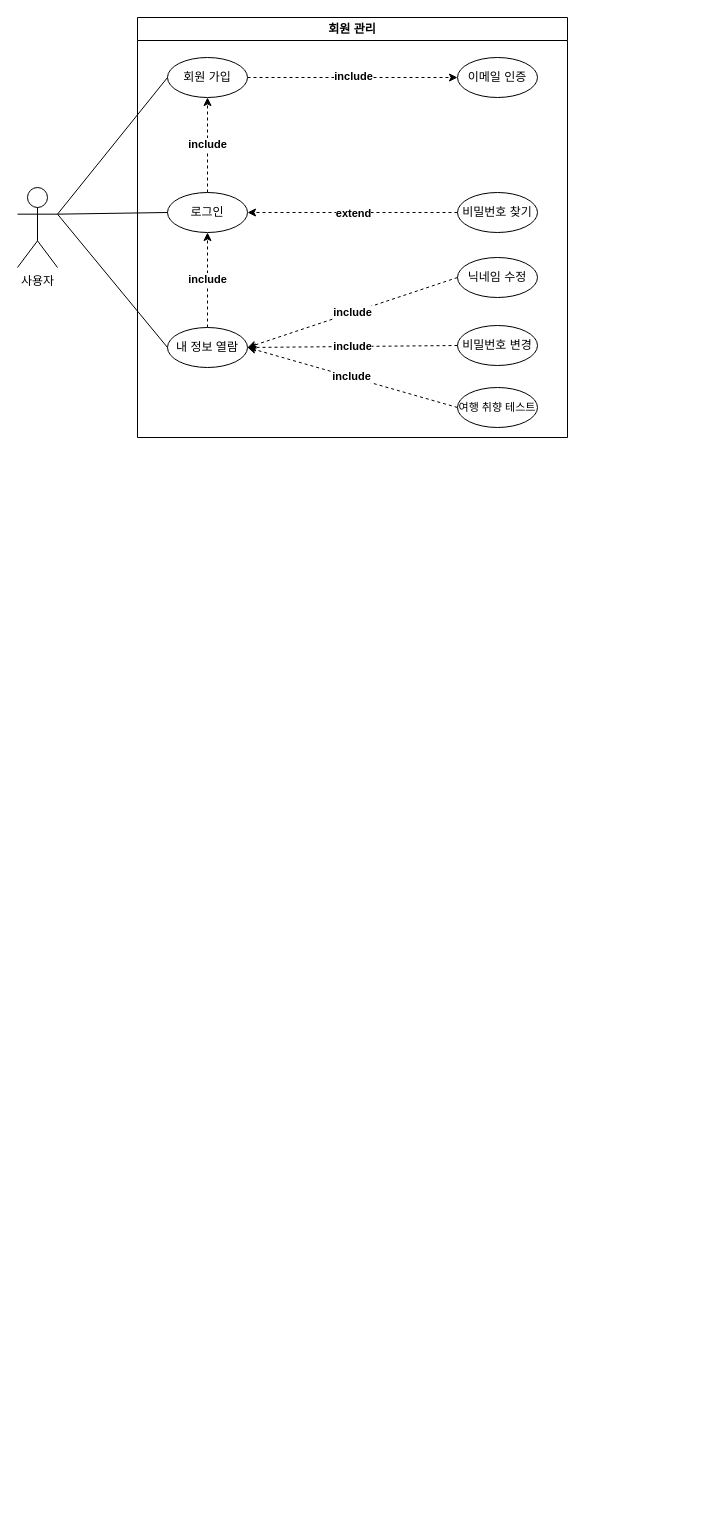
Earlier version of the draw.io diagram usecase/use-case.drawio (seoseuo/gal-lae-mal-lae-web). Source tidied: cells renumbered, new cells numbered last; positions are measured from the earlier drawing's top-left corner, leaving out a move shared by most shapes. Both pictures are drawn from the tidied source at 100%, with x=0, y=0 at pixel (17, 17).
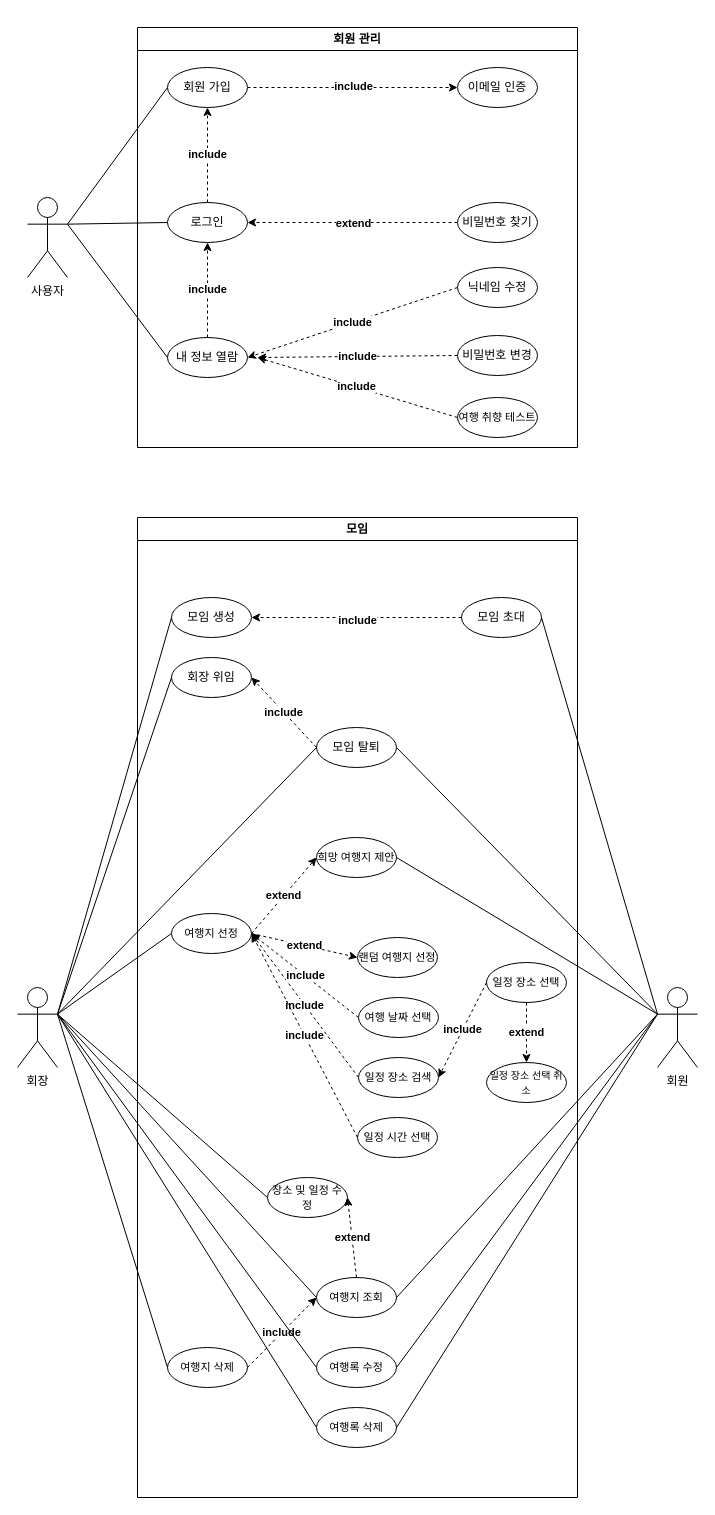
The same page after the edit.

Commit message:
docs: 모임 관리 유스케이스 추가

The change refers to these unchanged cells:
```xml
<mxCell id="15" value="비밀번호 변경" style="ellipse;whiteSpace=wrap;html=1;" parent="3" vertex="1">
  <mxGeometry x="320" y="308" width="80" height="40" as="geometry" />
</mxCell>
<mxCell id="16" value="&lt;font style=&quot;font-size: 11px;&quot;&gt;여행 취향 테스트&lt;/font&gt;" style="ellipse;whiteSpace=wrap;html=1;" parent="3" vertex="1">
  <mxGeometry x="320" y="370" width="80" height="40" as="geometry" />
</mxCell>
```

The edit, as a diff of the source:
```diff
@@
     <mxCell id="2" value="사용자" style="shape=umlActor;verticalLabelPosition=bottom;verticalAlign=top;html=1;outlineConnect=0;" parent="1" vertex="1">
-      <mxGeometry y="170" width="40" height="80" as="geometry" />
+      <mxGeometry x="10" y="180" width="40" height="80" as="geometry" />
     </mxCell>
     <mxCell id="3" value="회원 관리" style="swimlane;whiteSpace=wrap;html=1;" parent="1" vertex="1">
-      <mxGeometry x="120" width="430" height="420" as="geometry" />
+      <mxGeometry x="120" y="10" width="440" height="420" as="geometry" />
     </mxCell>
@@
     <mxCell id="22" style="endArrow=classic;html=1;rounded=0;exitX=0;exitY=0.5;exitDx=0;exitDy=0;dashed=1;" parent="1" edge="1" source="15">
       <mxGeometry relative="1" as="geometry">
-        <mxPoint x="230" y="330" as="targetPoint" />
+        <mxPoint x="240" y="340" as="targetPoint" />
       </mxGeometry>
     </mxCell>
@@
     <mxCell id="24" style="endArrow=classic;html=1;rounded=0;exitX=0;exitY=0.5;exitDx=0;exitDy=0;dashed=1;" parent="1" edge="1" source="16">
       <mxGeometry relative="1" as="geometry">
-        <mxPoint x="230" y="330" as="targetPoint" />
+        <mxPoint x="240" y="340" as="targetPoint" />
       </mxGeometry>
     </mxCell>
@@
+    <mxCell id="26" value="회장" style="shape=umlActor;verticalLabelPosition=bottom;verticalAlign=top;html=1;outlineConnect=0;" parent="1" vertex="1">
+      <mxGeometry y="970" width="40" height="80" as="geometry" />
+    </mxCell>
+    <mxCell id="27" value="모임" style="swimlane;whiteSpace=wrap;html=1;" parent="1" vertex="1">
+      <mxGeometry x="120" y="500" width="440" height="980" as="geometry" />
+    </mxCell>
+    <mxCell id="28" style="edgeStyle=orthogonalEdgeStyle;rounded=0;jettySize=auto;html=1;strokeColor=default;dashed=1;exitX=0;exitY=0.5;exitDx=0;exitDy=0;entryX=1;entryY=0.5;entryDx=0;entryDy=0;" parent="27" edge="1" source="33" target="30">
+      <mxGeometry relative="1" as="geometry" />
+    </mxCell>
+    <mxCell id="29" value="&lt;b&gt;include&lt;/b&gt;" style="edgeLabel;html=1;align=center;verticalAlign=middle;" parent="28" vertex="1">
+      <mxGeometry y="2" relative="1" as="geometry" />
+    </mxCell>
+    <mxCell id="30" value="모임 생성" style="ellipse;whiteSpace=wrap;html=1;" parent="27" vertex="1">
+      <mxGeometry x="34" y="80" width="80" height="40" as="geometry" />
+    </mxCell>
+    <mxCell id="31" value="모임 탈퇴" style="ellipse;whiteSpace=wrap;html=1;" parent="27" vertex="1">
+      <mxGeometry x="179" y="210" width="80" height="40" as="geometry" />
+    </mxCell>
+    <mxCell id="32" value="&lt;font style=&quot;font-size: 11px;&quot;&gt;희망 여행지 제안&lt;/font&gt;" style="ellipse;whiteSpace=wrap;html=1;" parent="27" vertex="1">
+      <mxGeometry x="179" y="320" width="80" height="40" as="geometry" />
+    </mxCell>
+    <mxCell id="33" value="모임 초대" style="ellipse;whiteSpace=wrap;html=1;" parent="27" vertex="1">
+      <mxGeometry x="324" y="80" width="80" height="40" as="geometry" />
+    </mxCell>
+    <mxCell id="34" value="회장 위임" style="ellipse;whiteSpace=wrap;html=1;" parent="27" vertex="1">
+      <mxGeometry x="34" y="140" width="80" height="40" as="geometry" />
+    </mxCell>
+    <mxCell id="35" value="&lt;b&gt;include&lt;/b&gt;" style="endArrow=classic;html=1;rounded=0;entryX=1;entryY=0.5;entryDx=0;entryDy=0;exitX=0;exitY=0.5;exitDx=0;exitDy=0;dashed=1;" parent="27" edge="1" source="31" target="34">
+      <mxGeometry relative="1" as="geometry" />
+    </mxCell>
+    <mxCell id="36" value="&lt;font style=&quot;font-size: 11px;&quot;&gt;여행지 선정&lt;/font&gt;" style="ellipse;whiteSpace=wrap;html=1;" parent="27" vertex="1">
+      <mxGeometry x="34" y="396" width="80" height="40" as="geometry" />
+    </mxCell>
+    <mxCell id="37" value="&lt;b&gt;extend&lt;/b&gt;" style="endArrow=classic;html=1;rounded=0;entryX=0;entryY=0.5;entryDx=0;entryDy=0;exitX=1;exitY=0.5;exitDx=0;exitDy=0;dashed=1;" parent="27" edge="1" source="36" target="32">
+      <mxGeometry relative="1" as="geometry" />
+    </mxCell>
+    <mxCell id="38" value="&lt;span style=&quot;font-size: 11px;&quot;&gt;랜덤 여행지 선정&lt;/span&gt;" style="ellipse;whiteSpace=wrap;html=1;" parent="27" vertex="1">
+      <mxGeometry x="220" y="420" width="80" height="40" as="geometry" />
+    </mxCell>
+    <mxCell id="39" value="&lt;b&gt;extend&lt;/b&gt;" style="endArrow=classic;html=1;rounded=0;entryX=0;entryY=0.5;entryDx=0;entryDy=0;exitX=1;exitY=0.5;exitDx=0;exitDy=0;dashed=1;" parent="27" edge="1" source="36" target="38">
+      <mxGeometry relative="1" as="geometry" />
+    </mxCell>
+    <mxCell id="40" value="&lt;font style=&quot;font-size: 11px;&quot;&gt;여행 날짜 선택&lt;/font&gt;" style="ellipse;whiteSpace=wrap;html=1;" parent="27" vertex="1">
+      <mxGeometry x="221" y="480" width="80" height="40" as="geometry" />
+    </mxCell>
+    <mxCell id="41" value="&lt;span style=&quot;font-size: 11px;&quot;&gt;일정 장소 선택&lt;/span&gt;" style="ellipse;whiteSpace=wrap;html=1;" parent="27" vertex="1">
+      <mxGeometry x="349" y="445" width="80" height="40" as="geometry" />
+    </mxCell>
+    <mxCell id="42" value="&lt;span style=&quot;font-size: 11px;&quot;&gt;일정 장소 검색&lt;/span&gt;" style="ellipse;whiteSpace=wrap;html=1;" parent="27" vertex="1">
+      <mxGeometry x="221" y="540" width="80" height="40" as="geometry" />
+    </mxCell>
+    <mxCell id="43" value="&lt;font style=&quot;font-size: 10px;&quot;&gt;일정 장소 선택 취소&lt;/font&gt;" style="ellipse;whiteSpace=wrap;html=1;" parent="27" vertex="1">
+      <mxGeometry x="349" y="545" width="80" height="40" as="geometry" />
+    </mxCell>
+    <mxCell id="44" value="&lt;b&gt;include&lt;/b&gt;" style="endArrow=classic;html=1;rounded=0;exitX=0;exitY=0.5;exitDx=0;exitDy=0;dashed=1;entryX=1;entryY=0.5;entryDx=0;entryDy=0;" parent="27" edge="1" source="42" target="36">
+      <mxGeometry relative="1" as="geometry" />
+    </mxCell>
+    <mxCell id="45" value="&lt;b&gt;include&lt;/b&gt;" style="endArrow=classic;html=1;rounded=0;exitX=0;exitY=0.5;exitDx=0;exitDy=0;dashed=1;entryX=1;entryY=0.5;entryDx=0;entryDy=0;" parent="27" edge="1" source="40" target="36">
+      <mxGeometry relative="1" as="geometry" />
+    </mxCell>
+    <mxCell id="46" value="&lt;b&gt;include&lt;/b&gt;" style="endArrow=classic;html=1;rounded=0;exitX=0;exitY=0.5;exitDx=0;exitDy=0;dashed=1;entryX=1;entryY=0.5;entryDx=0;entryDy=0;" parent="27" edge="1" source="41" target="42">
+      <mxGeometry relative="1" as="geometry" />
+    </mxCell>
+    <mxCell id="47" value="&lt;b&gt;extend&lt;/b&gt;" style="endArrow=classic;html=1;rounded=0;entryX=0.5;entryY=0;entryDx=0;entryDy=0;exitX=0.5;exitY=1;exitDx=0;exitDy=0;dashed=1;" parent="27" edge="1" source="41" target="43">
+      <mxGeometry relative="1" as="geometry" />
+    </mxCell>
+    <mxCell id="48" value="&lt;span style=&quot;font-size: 11px;&quot;&gt;일정 시간 선택&lt;/span&gt;" style="ellipse;whiteSpace=wrap;html=1;" parent="27" vertex="1">
+      <mxGeometry x="220" y="600" width="80" height="40" as="geometry" />
+    </mxCell>
+    <mxCell id="49" value="&lt;b&gt;include&lt;/b&gt;" style="endArrow=classic;html=1;rounded=0;exitX=0;exitY=0.5;exitDx=0;exitDy=0;dashed=1;entryX=1;entryY=0.5;entryDx=0;entryDy=0;" parent="27" edge="1" source="48" target="36">
+      <mxGeometry relative="1" as="geometry" />
+    </mxCell>
+    <mxCell id="50" value="&lt;font style=&quot;font-size: 11px;&quot;&gt;여행지 조회&lt;/font&gt;" style="ellipse;whiteSpace=wrap;html=1;" parent="27" vertex="1">
+      <mxGeometry x="179" y="760" width="80" height="40" as="geometry" />
+    </mxCell>
+    <mxCell id="51" value="&lt;font style=&quot;font-size: 11px;&quot;&gt;장소 및 일정 수정&lt;/font&gt;" style="ellipse;whiteSpace=wrap;html=1;" parent="27" vertex="1">
+      <mxGeometry x="130" y="660" width="80" height="40" as="geometry" />
+    </mxCell>
+    <mxCell id="52" value="&lt;b&gt;extend&lt;/b&gt;" style="endArrow=classic;html=1;rounded=0;entryX=1;entryY=0.5;entryDx=0;entryDy=0;exitX=0.5;exitY=0;exitDx=0;exitDy=0;dashed=1;" parent="27" edge="1" source="50" target="51">
+      <mxGeometry relative="1" as="geometry" />
+    </mxCell>
+    <mxCell id="53" value="&lt;font style=&quot;font-size: 11px;&quot;&gt;여행록 수정&lt;/font&gt;" style="ellipse;whiteSpace=wrap;html=1;" parent="27" vertex="1">
+      <mxGeometry x="179" y="830" width="80" height="40" as="geometry" />
+    </mxCell>
+    <mxCell id="54" value="&lt;font style=&quot;font-size: 11px;&quot;&gt;여행록 삭제&lt;/font&gt;" style="ellipse;whiteSpace=wrap;html=1;" parent="27" vertex="1">
+      <mxGeometry x="179" y="890" width="80" height="40" as="geometry" />
+    </mxCell>
+    <mxCell id="55" value="&lt;font style=&quot;font-size: 11px;&quot;&gt;여행지 삭제&lt;/font&gt;" style="ellipse;whiteSpace=wrap;html=1;" parent="27" vertex="1">
+      <mxGeometry x="30" y="830" width="80" height="40" as="geometry" />
+    </mxCell>
+    <mxCell id="56" value="&lt;b&gt;include&lt;/b&gt;" style="endArrow=classic;html=1;rounded=0;entryX=0;entryY=0.5;entryDx=0;entryDy=0;exitX=1;exitY=0.5;exitDx=0;exitDy=0;dashed=1;" parent="27" edge="1" source="55" target="50">
+      <mxGeometry relative="1" as="geometry" />
+    </mxCell>
+    <mxCell id="57" style="endArrow=none;html=1;rounded=0;exitX=1;exitY=0.3333333333333333;exitDx=0;exitDy=0;exitPerimeter=0;entryX=0;entryY=0.5;entryDx=0;entryDy=0;" parent="1" edge="1" source="26" target="30">
+      <mxGeometry relative="1" as="geometry" />
+    </mxCell>
+    <mxCell id="58" style="endArrow=none;html=1;rounded=0;exitX=1;exitY=0.3333333333333333;exitDx=0;exitDy=0;exitPerimeter=0;entryX=0;entryY=0.5;entryDx=0;entryDy=0;" parent="1" edge="1" source="26" target="31">
+      <mxGeometry relative="1" as="geometry" />
+    </mxCell>
+    <mxCell id="59" value="회원" style="shape=umlActor;verticalLabelPosition=bottom;verticalAlign=top;html=1;outlineConnect=0;" parent="1" vertex="1">
+      <mxGeometry x="640" y="970" width="40" height="80" as="geometry" />
+    </mxCell>
+    <mxCell id="60" style="endArrow=none;html=1;rounded=0;exitX=0;exitY=0.3333333333333333;exitDx=0;exitDy=0;exitPerimeter=0;entryX=1;entryY=0.5;entryDx=0;entryDy=0;" parent="1" edge="1" source="59" target="33">
+      <mxGeometry relative="1" as="geometry" />
+    </mxCell>
+    <mxCell id="61" style="endArrow=none;html=1;rounded=0;entryX=1;entryY=0.5;entryDx=0;entryDy=0;exitX=0;exitY=0.3333333333333333;exitDx=0;exitDy=0;exitPerimeter=0;" parent="1" edge="1" source="59" target="31">
+      <mxGeometry relative="1" as="geometry" />
+    </mxCell>
+    <mxCell id="62" style="endArrow=none;html=1;rounded=0;entryX=0;entryY=0.5;entryDx=0;entryDy=0;exitX=1;exitY=0.3333333333333333;exitDx=0;exitDy=0;exitPerimeter=0;" parent="1" edge="1" source="26" target="34">
+      <mxGeometry relative="1" as="geometry" />
+    </mxCell>
+    <mxCell id="63" style="endArrow=none;html=1;rounded=0;entryX=1;entryY=0.5;entryDx=0;entryDy=0;exitX=0;exitY=0.3333333333333333;exitDx=0;exitDy=0;exitPerimeter=0;" parent="1" edge="1" source="59" target="32">
+      <mxGeometry relative="1" as="geometry" />
+    </mxCell>
+    <mxCell id="64" style="endArrow=none;html=1;rounded=0;exitX=1;exitY=0.3333333333333333;exitDx=0;exitDy=0;exitPerimeter=0;entryX=0;entryY=0.5;entryDx=0;entryDy=0;" parent="1" edge="1" source="26" target="36">
+      <mxGeometry relative="1" as="geometry" />
+    </mxCell>
+    <mxCell id="65" style="endArrow=none;html=1;rounded=0;exitX=1;exitY=0.3333333333333333;exitDx=0;exitDy=0;exitPerimeter=0;entryX=0;entryY=0.5;entryDx=0;entryDy=0;" parent="1" edge="1" source="26" target="50">
+      <mxGeometry relative="1" as="geometry" />
+    </mxCell>
+    <mxCell id="66" style="endArrow=none;html=1;rounded=0;exitX=0;exitY=0.3333333333333333;exitDx=0;exitDy=0;exitPerimeter=0;entryX=1;entryY=0.5;entryDx=0;entryDy=0;" parent="1" edge="1" source="59" target="50">
+      <mxGeometry relative="1" as="geometry" />
+    </mxCell>
+    <mxCell id="67" style="endArrow=none;html=1;rounded=0;exitX=1;exitY=0.3333333333333333;exitDx=0;exitDy=0;exitPerimeter=0;entryX=0;entryY=0.5;entryDx=0;entryDy=0;" parent="1" edge="1" source="26" target="51">
+      <mxGeometry relative="1" as="geometry" />
+    </mxCell>
+    <mxCell id="68" style="endArrow=none;html=1;rounded=0;entryX=1;entryY=0.5;entryDx=0;entryDy=0;exitX=0;exitY=0.3333333333333333;exitDx=0;exitDy=0;exitPerimeter=0;" parent="1" edge="1" source="59" target="53">
+      <mxGeometry relative="1" as="geometry" />
+    </mxCell>
+    <mxCell id="69" style="endArrow=none;html=1;rounded=0;entryX=1;entryY=0.5;entryDx=0;entryDy=0;exitX=0;exitY=0.3333333333333333;exitDx=0;exitDy=0;exitPerimeter=0;" parent="1" edge="1" source="59" target="54">
+      <mxGeometry relative="1" as="geometry" />
+    </mxCell>
+    <mxCell id="70" style="endArrow=none;html=1;rounded=0;exitX=1;exitY=0.3333333333333333;exitDx=0;exitDy=0;exitPerimeter=0;entryX=0;entryY=0.5;entryDx=0;entryDy=0;" parent="1" edge="1" source="26" target="53">
+      <mxGeometry relative="1" as="geometry" />
+    </mxCell>
+    <mxCell id="71" style="endArrow=none;html=1;rounded=0;exitX=1;exitY=0.3333333333333333;exitDx=0;exitDy=0;exitPerimeter=0;entryX=0;entryY=0.5;entryDx=0;entryDy=0;" parent="1" edge="1" source="26" target="54">
+      <mxGeometry relative="1" as="geometry" />
+    </mxCell>
+    <mxCell id="72" style="endArrow=none;html=1;rounded=0;entryX=0;entryY=0.5;entryDx=0;entryDy=0;exitX=1;exitY=0.3333333333333333;exitDx=0;exitDy=0;exitPerimeter=0;" parent="1" edge="1" source="26" target="55">
+      <mxGeometry relative="1" as="geometry" />
+    </mxCell>
```
